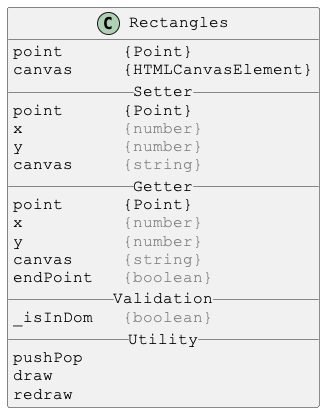
Justin-Byrne/canvasLab keeps this PlantUML diagram as docs/PlantUml/images/Rectangles.png. Above is the earlier version.
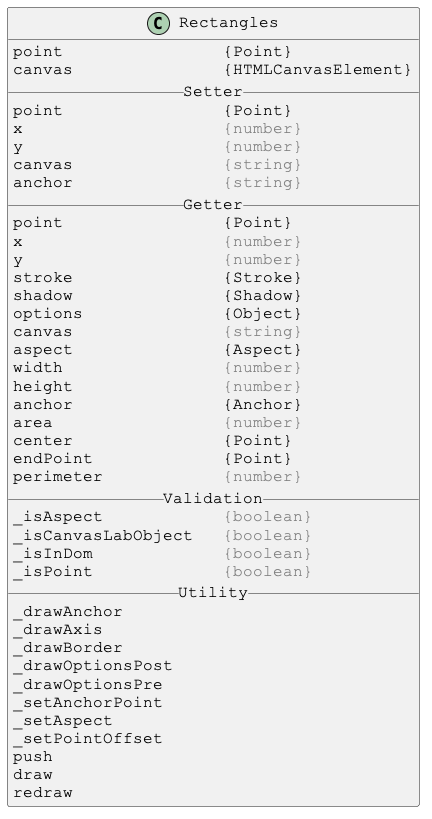
The same diagram one commit later.

What changed in the source:
```diff
@@ -4,23 +4,45 @@
 skinparam DefaultFontName Courier New
 
 class Rectangles {
-point      {Point}
-canvas     {HTMLCanvasElement}
+point                {Point}
+canvas               {HTMLCanvasElement}
 __ Setter __
-point      {Point}
-x          <color:gray>{number}</color>
-y          <color:gray>{number}</color>
-canvas     <color:gray>{string}</color>
+point                {Point}
+x                    <color:gray>{number}</color>
+y                    <color:gray>{number}</color>
+canvas               <color:gray>{string}</color>
+anchor               <color:gray>{string}</color>
 __ Getter __
-point      {Point}
-x          <color:gray>{number}</color>
-y          <color:gray>{number}</color>
-canvas     <color:gray>{string}</color>
-endPoint   <color:gray>{boolean}</color>
+point                {Point}
+x                    <color:gray>{number}</color>
+y                    <color:gray>{number}</color>
+stroke               {Stroke}
+shadow               {Shadow}
+options              {Object}
+canvas               <color:gray>{string}</color>
+aspect               {Aspect}
+width                <color:gray>{number}</color>
+height               <color:gray>{number}</color>
+anchor               {Anchor}
+area                 <color:gray>{number}</color>
+center               {Point}
+endPoint             {Point}
+perimeter            <color:gray>{number}</color>
 __ Validation __
-_isInDom   <color:gray>{boolean}</color>
+_isAspect            <color:gray>{boolean}</color>
+_isCanvasLabObject   <color:gray>{boolean}</color>
+_isInDom             <color:gray>{boolean}</color>
+_isPoint             <color:gray>{boolean}</color>
 __ Utility __
-pushPop
+_drawAnchor
+_drawAxis
+_drawBorder
+_drawOptionsPost
+_drawOptionsPre
+_setAnchorPoint
+_setAspect
+_setPointOffset
+push
 draw
 redraw
 }
```
